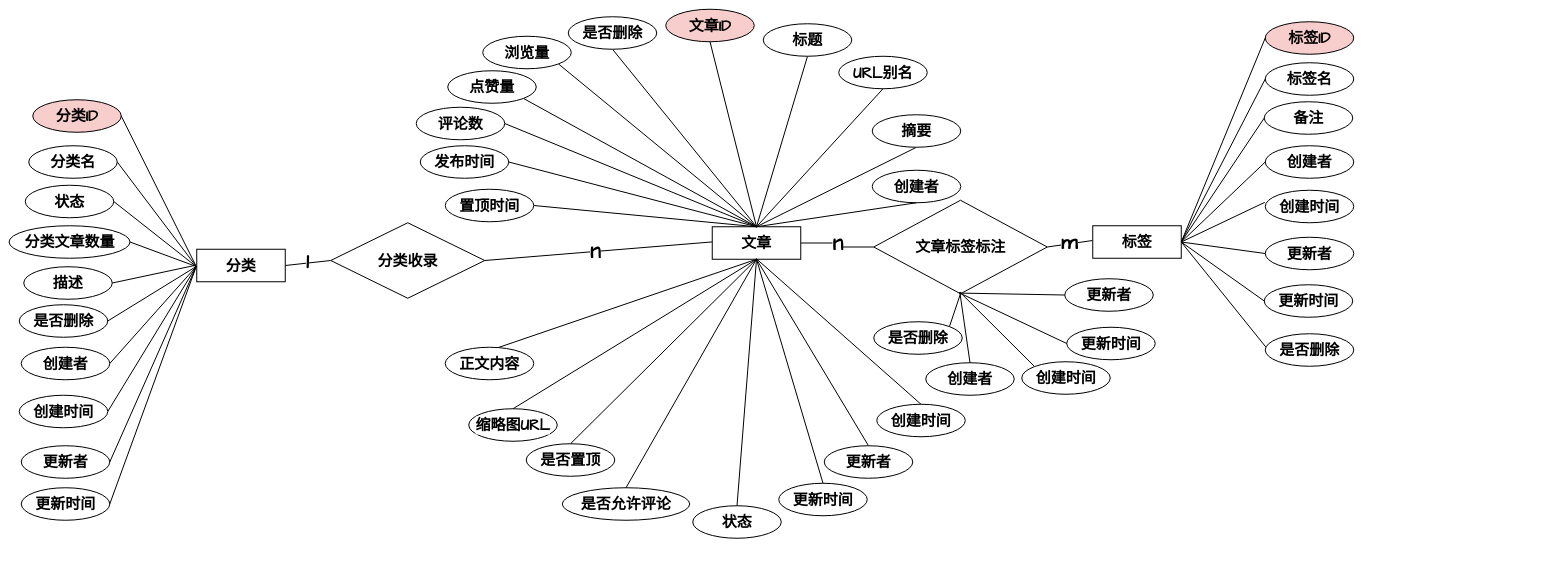
zhangbird050801/bird-blog keeps this draw.io diagram as graph/分类ER.drawio. Above is the earlier version. Source tidied: cells renumbered, new cells numbered last; positions are measured from the earlier drawing's top-left corner, leaving out a move shared by most shapes. Both pictures are drawn from the tidied source at 50%, with x=0, y=0 at pixel (8, 9).
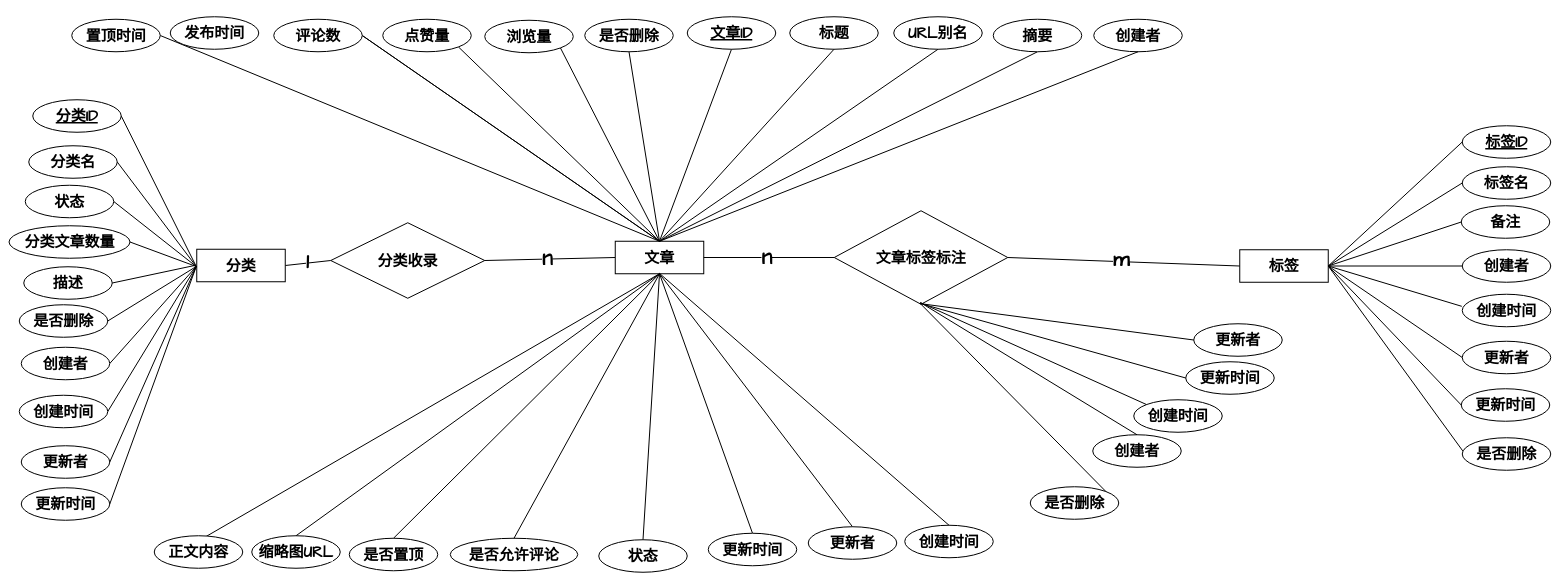
After the change.

Unchanged cells that the change refers to:
```xml
<mxCell id="27" value="分类收录" style="rhombus;whiteSpace=wrap;html=1;fontSize=30;fontFamily=Comic Sans MS;fontStyle=1;rounded=0;strokeColor=default;strokeWidth=2;align=center;verticalAlign=middle;fontColor=default;labelBackgroundColor=default;" parent="1" vertex="1">
  <mxGeometry x="644" y="427" width="308" height="151" as="geometry" />
</mxCell>
```

Change to the diagram source:
```diff
@@
-    <mxCell id="6" value="分类ID" style="whiteSpace=wrap;html=1;shape=ellipse;perimeter=ellipsePerimeter;strokeColor=default;align=center;verticalAlign=middle;fontFamily=Comic Sans MS;fontSize=30;fillColor=#f8cecc;fixedWidth=0;fontStyle=1;rounded=0;strokeWidth=2;fontColor=default;labelBackgroundColor=none;" parent="1" vertex="1">
+    <mxCell id="6" value="分类ID" style="whiteSpace=wrap;html=1;shape=ellipse;perimeter=ellipsePerimeter;align=center;verticalAlign=middle;fontFamily=Comic Sans MS;fontSize=30;fixedWidth=0;fontStyle=5;rounded=0;strokeWidth=2;labelBackgroundColor=none;" parent="1" vertex="1">
       <mxGeometry x="48" y="181" width="177" height="65" as="geometry" />
     </mxCell>
@@
-    <mxCell id="25" style="rounded=0;jettySize=auto;html=1;exitX=1;exitY=0.5;exitDx=0;exitDy=0;endArrow=none;endFill=0;fontSize=30;fontFamily=Comic Sans MS;fontStyle=1;strokeColor=default;strokeWidth=2;align=center;verticalAlign=middle;fontColor=default;labelBackgroundColor=default;" parent="1" edge="1" source="27">
-      <mxGeometry relative="1" as="geometry">
-        <mxPoint x="1411" y="465" as="targetPoint" />
-      </mxGeometry>
+    <mxCell id="25" style="rounded=0;jettySize=auto;html=1;exitX=1;exitY=0.5;exitDx=0;exitDy=0;endArrow=none;endFill=0;fontSize=30;fontFamily=Comic Sans MS;fontStyle=1;strokeColor=default;strokeWidth=2;align=center;verticalAlign=middle;fontColor=default;labelBackgroundColor=default;entryX=0;entryY=0.5;entryDx=0;entryDy=0;" parent="1" edge="1" source="27" target="28">
+      <mxGeometry relative="1" as="geometry" />
     </mxCell>
@@
     <mxCell id="28" value="文章" style="rounded=0;whiteSpace=wrap;html=1;fontSize=30;fontFamily=Comic Sans MS;fontStyle=1;strokeColor=default;strokeWidth=2;align=center;verticalAlign=middle;fontColor=default;labelBackgroundColor=default;" parent="1" vertex="1">
-      <mxGeometry x="1407" y="435" width="177" height="65" as="geometry" />
+      <mxGeometry x="1213" y="464" width="177" height="65" as="geometry" />
     </mxCell>
@@
-    <mxCell id="30" value="文章ID" style="whiteSpace=wrap;html=1;shape=ellipse;perimeter=ellipsePerimeter;fontSize=30;fontFamily=Comic Sans MS;fillColor=#f8cecc;strokeColor=default;fontStyle=1;rounded=0;strokeWidth=2;align=center;verticalAlign=middle;fontColor=default;labelBackgroundColor=none;" parent="1" vertex="1">
-      <mxGeometry x="1314" width="177" height="65" as="geometry" />
+    <mxCell id="30" value="文章ID" style="whiteSpace=wrap;html=1;shape=ellipse;perimeter=ellipsePerimeter;fontSize=30;fontFamily=Comic Sans MS;fontStyle=5;rounded=0;strokeWidth=2;align=center;verticalAlign=middle;labelBackgroundColor=none;" parent="1" vertex="1">
+      <mxGeometry x="1357" y="15" width="177" height="65" as="geometry" />
     </mxCell>
@@
     <mxCell id="32" value="URL别名" style="whiteSpace=wrap;html=1;shape=ellipse;perimeter=ellipsePerimeter;fontSize=30;fontFamily=Comic Sans MS;fontStyle=1;rounded=0;strokeColor=default;strokeWidth=2;align=center;verticalAlign=middle;fontColor=default;labelBackgroundColor=default;" parent="1" vertex="1">
-      <mxGeometry x="1660" y="94" width="177" height="65" as="geometry" />
+      <mxGeometry x="1770" y="15" width="177" height="65" as="geometry" />
     </mxCell>
@@
     <mxCell id="34" value="摘要" style="whiteSpace=wrap;html=1;rounded=0;shape=ellipse;perimeter=ellipsePerimeter;fontSize=30;fontFamily=Comic Sans MS;fontStyle=1;strokeColor=default;strokeWidth=2;align=center;verticalAlign=middle;fontColor=default;labelBackgroundColor=default;" parent="1" vertex="1">
-      <mxGeometry x="1727" y="211" width="177" height="65" as="geometry" />
+      <mxGeometry x="1969" y="20" width="177" height="65" as="geometry" />
     </mxCell>
@@
     <mxCell id="36" value="创建时间" style="whiteSpace=wrap;html=1;shape=ellipse;perimeter=ellipsePerimeter;fontSize=30;fontFamily=Comic Sans MS;fontStyle=1;rounded=0;strokeColor=default;strokeWidth=2;align=center;verticalAlign=middle;fontColor=default;labelBackgroundColor=default;" parent="1" vertex="1">
-      <mxGeometry x="1736" y="790" width="177" height="65" as="geometry" />
+      <mxGeometry x="1792" y="1032" width="177" height="65" as="geometry" />
     </mxCell>
     <mxCell id="37" value="创建者" style="whiteSpace=wrap;html=1;shape=ellipse;perimeter=ellipsePerimeter;fontSize=30;fontFamily=Comic Sans MS;fontStyle=1;rounded=0;strokeColor=default;strokeWidth=2;align=center;verticalAlign=middle;fontColor=default;labelBackgroundColor=default;" parent="1" vertex="1">
-      <mxGeometry x="1727" y="322" width="177" height="65" as="geometry" />
+      <mxGeometry x="2170" y="20" width="177" height="65" as="geometry" />
     </mxCell>
@@
     <mxCell id="39" value="更新时间" style="whiteSpace=wrap;html=1;shape=ellipse;perimeter=ellipsePerimeter;fontSize=30;fontFamily=Comic Sans MS;fontStyle=1;rounded=0;strokeColor=default;strokeWidth=2;align=center;verticalAlign=middle;fontColor=default;labelBackgroundColor=default;" parent="1" vertex="1">
-      <mxGeometry x="1540" y="948" width="177" height="65" as="geometry" />
+      <mxGeometry x="1399" y="1048" width="177" height="65" as="geometry" />
     </mxCell>
@@
     <mxCell id="41" value="更新者" style="whiteSpace=wrap;html=1;shape=ellipse;perimeter=ellipsePerimeter;fontSize=30;fontFamily=Comic Sans MS;fontStyle=1;rounded=0;strokeColor=default;strokeWidth=2;align=center;verticalAlign=middle;fontColor=default;labelBackgroundColor=default;" parent="1" vertex="1">
-      <mxGeometry x="1631" y="873" width="177" height="65" as="geometry" />
+      <mxGeometry x="1599" y="1035" width="177" height="65" as="geometry" />
     </mxCell>
@@
     <mxCell id="43" value="正文内容" style="whiteSpace=wrap;html=1;shape=ellipse;perimeter=ellipsePerimeter;fontSize=30;fontFamily=Comic Sans MS;fontStyle=1;rounded=0;strokeColor=default;strokeWidth=2;align=center;verticalAlign=middle;fontColor=default;labelBackgroundColor=default;" parent="1" vertex="1">
-      <mxGeometry x="873" y="676" width="177" height="65" as="geometry" />
+      <mxGeometry x="291" y="1053" width="177" height="65" as="geometry" />
     </mxCell>
@@
     <mxCell id="45" value="标题" style="whiteSpace=wrap;html=1;rounded=0;strokeColor=default;align=center;verticalAlign=middle;fontFamily=Comic Sans MS;fontSize=30;fontColor=default;fillColor=default;shape=ellipse;perimeter=ellipsePerimeter;fontStyle=1;strokeWidth=2;labelBackgroundColor=default;" parent="1" vertex="1">
-      <mxGeometry x="1509" y="29" width="177" height="65" as="geometry" />
+      <mxGeometry x="1562" y="15" width="177" height="65" as="geometry" />
     </mxCell>
@@
     <mxCell id="47" value="是否删除" style="whiteSpace=wrap;html=1;shape=ellipse;perimeter=ellipsePerimeter;fontSize=30;fontFamily=Comic Sans MS;fontStyle=1;rounded=0;strokeColor=default;strokeWidth=2;align=center;verticalAlign=middle;fontColor=default;labelBackgroundColor=default;" parent="1" vertex="1">
-      <mxGeometry x="1119" y="15" width="177" height="65" as="geometry" />
+      <mxGeometry x="1152" y="20" width="177" height="65" as="geometry" />
     </mxCell>
     <mxCell id="48" value="是否置顶" style="whiteSpace=wrap;html=1;shape=ellipse;perimeter=ellipsePerimeter;fontSize=30;fontFamily=Comic Sans MS;fontStyle=1;rounded=0;strokeColor=default;strokeWidth=2;align=center;verticalAlign=middle;fontColor=default;labelBackgroundColor=default;" parent="1" vertex="1">
-      <mxGeometry x="1035" y="869" width="177" height="65" as="geometry" />
+      <mxGeometry x="681" y="1058" width="177" height="65" as="geometry" />
     </mxCell>
@@
     <mxCell id="50" value="缩略图URL" style="whiteSpace=wrap;html=1;shape=ellipse;perimeter=ellipsePerimeter;fontSize=30;fontFamily=Comic Sans MS;fontStyle=1;rounded=0;strokeColor=default;strokeWidth=2;align=center;verticalAlign=middle;fontColor=default;labelBackgroundColor=default;" parent="1" vertex="1">
-      <mxGeometry x="920" y="799" width="177" height="65" as="geometry" />
+      <mxGeometry x="486" y="1053" width="177" height="65" as="geometry" />
     </mxCell>
@@
     <mxCell id="52" value="状态" style="whiteSpace=wrap;html=1;rounded=0;shape=ellipse;perimeter=ellipsePerimeter;fontSize=30;fontFamily=Comic Sans MS;fontStyle=1;strokeColor=default;strokeWidth=2;align=center;verticalAlign=middle;fontColor=default;labelBackgroundColor=default;" parent="1" vertex="1">
-      <mxGeometry x="1368" y="993" width="177" height="65" as="geometry" />
+      <mxGeometry x="1180" y="1061" width="177" height="65" as="geometry" />
     </mxCell>
     <mxCell id="53" value="是否允许评论" style="whiteSpace=wrap;html=1;shape=ellipse;perimeter=ellipsePerimeter;fontSize=30;fontFamily=Comic Sans MS;fontStyle=1;rounded=0;strokeColor=default;strokeWidth=2;align=center;verticalAlign=middle;fontColor=default;labelBackgroundColor=none;" parent="1" vertex="1">
-      <mxGeometry x="1107" y="957" width="255" height="65" as="geometry" />
+      <mxGeometry x="883" y="1058" width="255" height="65" as="geometry" />
     </mxCell>
@@
     <mxCell id="55" value="置顶时间" style="whiteSpace=wrap;html=1;shape=ellipse;perimeter=ellipsePerimeter;fontSize=30;fontFamily=Comic Sans MS;fontStyle=1;rounded=0;strokeColor=default;strokeWidth=2;align=center;verticalAlign=middle;fontColor=default;labelBackgroundColor=default;" parent="1" vertex="1">
-      <mxGeometry x="873" y="360" width="177" height="65" as="geometry" />
+      <mxGeometry x="126" y="20" width="177" height="65" as="geometry" />
     </mxCell>
@@
     <mxCell id="57" value="浏览量" style="whiteSpace=wrap;html=1;shape=ellipse;perimeter=ellipsePerimeter;fontSize=30;fontFamily=Comic Sans MS;fontStyle=1;rounded=0;strokeColor=default;strokeWidth=2;align=center;verticalAlign=middle;fontColor=default;labelBackgroundColor=default;" parent="1" vertex="1">
-      <mxGeometry x="948" y="54" width="177" height="65" as="geometry" />
+      <mxGeometry x="952" y="22" width="177" height="65" as="geometry" />
     </mxCell>
-    <mxCell id="58" style="rounded=0;jettySize=auto;html=1;exitX=1;exitY=0.5;exitDx=0;exitDy=0;endArrow=none;endFill=0;fontSize=30;fontFamily=Comic Sans MS;fontStyle=1;strokeColor=default;strokeWidth=2;align=center;verticalAlign=middle;fontColor=default;labelBackgroundColor=default;entryX=0.5;entryY=0;entryDx=0;entryDy=0;" parent="1" edge="1" source="63" target="28">
+    <mxCell id="58" style="rounded=0;jettySize=auto;html=1;exitX=1;exitY=0.5;exitDx=0;exitDy=0;endArrow=none;endFill=0;fontSize=30;fontFamily=Comic Sans MS;fontStyle=1;strokeColor=default;strokeWidth=2;align=center;verticalAlign=middle;fontColor=default;labelBackgroundColor=default;entryX=0.5;entryY=0;entryDx=0;entryDy=0;" parent="1" edge="1" source="60" target="28">
       <mxGeometry relative="1" as="geometry" />
     </mxCell>
@@
-    <mxCell id="60" value="评论数" style="whiteSpace=wrap;html=1;rounded=0;shape=ellipse;perimeter=ellipsePerimeter;fontSize=30;fontFamily=Comic Sans MS;fontStyle=1;strokeColor=default;strokeWidth=2;align=center;verticalAlign=middle;fontColor=default;labelBackgroundColor=default;" parent="1" vertex="1">
-      <mxGeometry x="815" y="196" width="177" height="65" as="geometry" />
-    </mxCell>
@@
     <mxCell id="62" value="点赞量" style="whiteSpace=wrap;html=1;shape=ellipse;perimeter=ellipsePerimeter;fontSize=30;fontFamily=Comic Sans MS;fontStyle=1;rounded=0;strokeColor=default;strokeWidth=2;align=center;verticalAlign=middle;fontColor=default;labelBackgroundColor=default;" parent="1" vertex="1">
-      <mxGeometry x="878" y="123" width="177" height="65" as="geometry" />
+      <mxGeometry x="748" y="20" width="177" height="65" as="geometry" />
     </mxCell>
     <mxCell id="63" value="发布时间" style="whiteSpace=wrap;html=1;shape=ellipse;perimeter=ellipsePerimeter;fontSize=30;fontFamily=Comic Sans MS;fontStyle=1;rounded=0;strokeColor=default;strokeWidth=2;align=center;verticalAlign=middle;fontColor=default;labelBackgroundColor=default;" parent="1" vertex="1">
-      <mxGeometry x="823" y="273" width="177" height="65" as="geometry" />
+      <mxGeometry x="323" y="15" width="177" height="65" as="geometry" />
     </mxCell>
@@
     <mxCell id="66" value="文章标签标注" style="rhombus;whiteSpace=wrap;html=1;fontSize=30;fontFamily=Comic Sans MS;fontStyle=1;rounded=0;strokeColor=default;strokeWidth=2;align=center;verticalAlign=middle;fontColor=default;labelBackgroundColor=none;" parent="1" vertex="1">
-      <mxGeometry x="1730" y="382" width="347" height="187" as="geometry" />
+      <mxGeometry x="1651" y="403" width="347" height="187" as="geometry" />
     </mxCell>
     <mxCell id="67" value="标签" style="rounded=0;whiteSpace=wrap;html=1;fontSize=30;fontFamily=Comic Sans MS;fontStyle=1;strokeColor=default;strokeWidth=2;align=center;verticalAlign=middle;fontColor=default;labelBackgroundColor=default;" parent="1" vertex="1">
-      <mxGeometry x="2168" y="433" width="177" height="65" as="geometry" />
+      <mxGeometry x="2462" y="481" width="177" height="65" as="geometry" />
     </mxCell>
-    <mxCell id="68" style="rounded=0;jettySize=auto;html=1;entryX=0;entryY=0.5;entryDx=0;entryDy=0;endArrow=none;endFill=0;fontSize=30;fontFamily=Comic Sans MS;fontStyle=1;strokeColor=default;strokeWidth=2;align=center;verticalAlign=middle;fontColor=default;labelBackgroundColor=default;exitX=1;exitY=0.5;exitDx=0;exitDy=0;" parent="1" edge="1" source="66">
-      <mxGeometry relative="1" as="geometry">
-        <mxPoint x="2167" y="462.6" as="targetPoint" />
-      </mxGeometry>
+    <mxCell id="68" style="rounded=0;jettySize=auto;html=1;entryX=0;entryY=0.5;entryDx=0;entryDy=0;endArrow=none;endFill=0;fontSize=30;fontFamily=Comic Sans MS;fontStyle=1;strokeColor=default;strokeWidth=2;align=center;verticalAlign=middle;fontColor=default;labelBackgroundColor=default;exitX=1;exitY=0.5;exitDx=0;exitDy=0;" parent="1" edge="1" source="66" target="67">
+      <mxGeometry relative="1" as="geometry" />
     </mxCell>
@@
-    <mxCell id="70" value="标签ID" style="ellipse;whiteSpace=wrap;html=1;fillColor=#f8cecc;strokeColor=default;fontSize=30;fontStyle=1;rounded=0;strokeWidth=2;align=center;verticalAlign=middle;fontFamily=Comic Sans MS;fontColor=default;labelBackgroundColor=none;" parent="1" vertex="1">
-      <mxGeometry x="2513" y="25" width="177" height="65" as="geometry" />
+    <mxCell id="70" value="标签ID" style="ellipse;whiteSpace=wrap;html=1;fontSize=30;fontStyle=5;rounded=0;strokeWidth=2;align=center;verticalAlign=middle;fontFamily=Comic Sans MS;labelBackgroundColor=none;" parent="1" vertex="1">
+      <mxGeometry x="2907" y="233" width="177" height="65" as="geometry" />
     </mxCell>
     <mxCell id="71" value="标签名" style="ellipse;whiteSpace=wrap;html=1;fontSize=30;fontStyle=1;rounded=0;strokeColor=default;strokeWidth=2;align=center;verticalAlign=middle;fontFamily=Comic Sans MS;fontColor=default;labelBackgroundColor=default;" parent="1" vertex="1">
-      <mxGeometry x="2513" y="107" width="177" height="65" as="geometry" />
+      <mxGeometry x="2907" y="315" width="177" height="65" as="geometry" />
     </mxCell>
     <mxCell id="72" value="备注" style="ellipse;whiteSpace=wrap;html=1;fontSize=30;fontStyle=1;rounded=0;strokeColor=default;strokeWidth=2;align=center;verticalAlign=middle;fontFamily=Comic Sans MS;fontColor=default;labelBackgroundColor=default;" parent="1" vertex="1">
-      <mxGeometry x="2511" y="185" width="177" height="65" as="geometry" />
+      <mxGeometry x="2905" y="393" width="177" height="65" as="geometry" />
     </mxCell>
     <mxCell id="73" value="创建者" style="ellipse;whiteSpace=wrap;html=1;fontSize=30;fontStyle=1;rounded=0;strokeColor=default;strokeWidth=2;align=center;verticalAlign=middle;fontFamily=Comic Sans MS;fontColor=default;labelBackgroundColor=default;" parent="1" vertex="1">
-      <mxGeometry x="2513" y="273" width="177" height="65" as="geometry" />
+      <mxGeometry x="2907" y="481" width="177" height="65" as="geometry" />
     </mxCell>
     <mxCell id="74" value="创建时间" style="ellipse;whiteSpace=wrap;html=1;fontSize=30;fontStyle=1;rounded=0;strokeColor=default;strokeWidth=2;align=center;verticalAlign=middle;fontFamily=Comic Sans MS;fontColor=default;labelBackgroundColor=default;" parent="1" vertex="1">
-      <mxGeometry x="2513" y="362" width="177" height="65" as="geometry" />
+      <mxGeometry x="2907" y="570" width="177" height="65" as="geometry" />
     </mxCell>
     <mxCell id="75" value="是否删除" style="ellipse;whiteSpace=wrap;html=1;fontSize=30;fontStyle=1;rounded=0;strokeColor=default;strokeWidth=2;align=center;verticalAlign=middle;fontFamily=Comic Sans MS;fontColor=default;labelBackgroundColor=default;" parent="1" vertex="1">
-      <mxGeometry x="2513" y="649" width="177" height="65" as="geometry" />
+      <mxGeometry x="2907" y="857" width="177" height="65" as="geometry" />
     </mxCell>
     <mxCell id="76" value="更新时间" style="ellipse;whiteSpace=wrap;html=1;fontSize=30;fontStyle=1;rounded=0;strokeColor=default;strokeWidth=2;align=center;verticalAlign=middle;fontFamily=Comic Sans MS;fontColor=default;labelBackgroundColor=default;" parent="1" vertex="1">
-      <mxGeometry x="2511" y="551" width="177" height="65" as="geometry" />
+      <mxGeometry x="2905" y="759" width="177" height="65" as="geometry" />
     </mxCell>
     <mxCell id="77" value="更新者" style="ellipse;whiteSpace=wrap;html=1;fontSize=30;fontStyle=1;rounded=0;strokeColor=default;strokeWidth=2;align=center;verticalAlign=middle;fontFamily=Comic Sans MS;fontColor=default;labelBackgroundColor=default;" parent="1" vertex="1">
-      <mxGeometry x="2513" y="456" width="177" height="65" as="geometry" />
+      <mxGeometry x="2907" y="664" width="177" height="65" as="geometry" />
     </mxCell>
@@
     <mxCell id="89" value="创建者" style="ellipse;whiteSpace=wrap;html=1;fontSize=30;fontStyle=1;rounded=0;strokeColor=default;strokeWidth=2;align=center;verticalAlign=middle;fontFamily=Comic Sans MS;fontColor=default;labelBackgroundColor=default;" parent="1" vertex="1">
-      <mxGeometry x="1834" y="707" width="177" height="65" as="geometry" />
+      <mxGeometry x="2168" y="851" width="177" height="65" as="geometry" />
     </mxCell>
     <mxCell id="90" value="创建时间" style="ellipse;whiteSpace=wrap;html=1;fontSize=30;fontStyle=1;rounded=0;strokeColor=default;strokeWidth=2;align=center;verticalAlign=middle;fontFamily=Comic Sans MS;fontColor=default;labelBackgroundColor=default;" parent="1" vertex="1">
-      <mxGeometry x="2026" y="705" width="177" height="65" as="geometry" />
+      <mxGeometry x="2250" y="781" width="177" height="65" as="geometry" />
     </mxCell>
     <mxCell id="91" value="是否删除" style="ellipse;whiteSpace=wrap;html=1;fontSize=30;fontStyle=1;rounded=0;strokeColor=default;strokeWidth=2;align=center;verticalAlign=middle;fontFamily=Comic Sans MS;fontColor=default;labelBackgroundColor=default;" parent="1" vertex="1">
-      <mxGeometry x="1730" y="625" width="177" height="65" as="geometry" />
+      <mxGeometry x="2043" y="955" width="177" height="65" as="geometry" />
     </mxCell>
     <mxCell id="92" value="更新时间" style="ellipse;whiteSpace=wrap;html=1;fontSize=30;fontStyle=1;rounded=0;strokeColor=default;strokeWidth=2;align=center;verticalAlign=middle;fontFamily=Comic Sans MS;fontColor=default;labelBackgroundColor=default;" parent="1" vertex="1">
-      <mxGeometry x="2116" y="636" width="177" height="65" as="geometry" />
+      <mxGeometry x="2354" y="705" width="177" height="65" as="geometry" />
     </mxCell>
     <mxCell id="93" value="更新者" style="ellipse;whiteSpace=wrap;html=1;fontSize=30;fontStyle=1;rounded=0;strokeColor=default;strokeWidth=2;align=center;verticalAlign=middle;fontFamily=Comic Sans MS;fontColor=default;labelBackgroundColor=default;" parent="1" vertex="1">
-      <mxGeometry x="2112" y="539" width="177" height="65" as="geometry" />
+      <mxGeometry x="2370" y="629" width="177" height="65" as="geometry" />
     </mxCell>
@@
+    <mxCell id="60" value="评论数" style="whiteSpace=wrap;html=1;rounded=0;shape=ellipse;perimeter=ellipsePerimeter;fontSize=30;fontFamily=Comic Sans MS;fontStyle=1;strokeColor=default;strokeWidth=2;align=center;verticalAlign=middle;fontColor=default;labelBackgroundColor=default;" parent="1" vertex="1">
+      <mxGeometry x="530" y="20" width="177" height="65" as="geometry" />
+    </mxCell>
```
